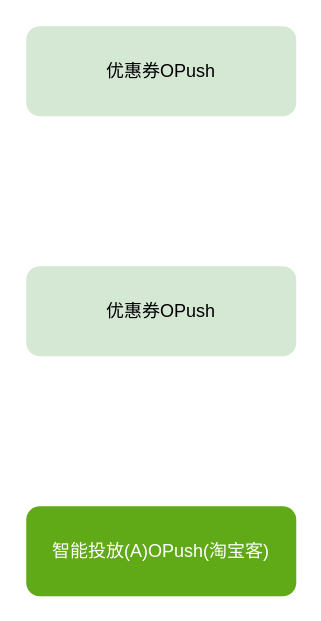
Earlier version of the draw.io diagram page "智能投放Push" (22 of 22) of universal-engine/CPS.drawio (karlchan-cn/drawio-repository). Source tidied: cells renumbered, new cells numbered last; positions are measured from the earlier drawing's top-left corner, leaving out a move shared by most shapes. Both pictures are drawn from the tidied source at 150%, with x=0, y=0 at pixel (26, 26).
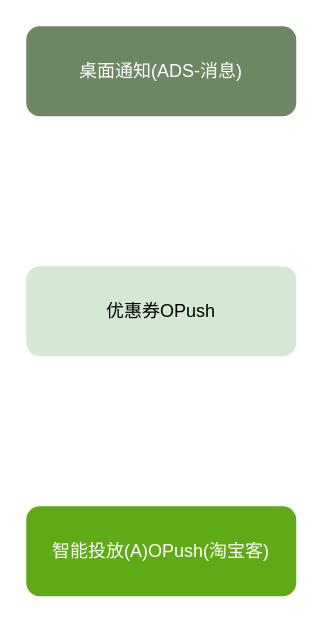
After the change.

The edit, as a diff of the source:
```diff
@@
 <mxGraphModel>
   <root>
     <mxCell id="0" />
     <mxCell id="1" parent="0" />
     <mxCell id="2" value="优惠券OPush" style="rounded=1;whiteSpace=wrap;html=1;fillColor=#d5e8d4;strokeColor=none;" parent="1" vertex="1">
       <mxGeometry y="160" width="180" height="60" as="geometry" />
     </mxCell>
     <mxCell id="3" value="智能投放(A)OPush(淘宝客)" style="rounded=1;whiteSpace=wrap;html=1;fillColor=#60a917;fontColor=#ffffff;strokeColor=none;" parent="1" vertex="1">
       <mxGeometry y="320" width="180" height="60" as="geometry" />
     </mxCell>
-    <mxCell id="4" value="优惠券OPush" style="rounded=1;whiteSpace=wrap;html=1;fillColor=#d5e8d4;strokeColor=none;" parent="1" vertex="1">
+    <mxCell id="4" value="桌面通知(ADS-消息)" style="rounded=1;whiteSpace=wrap;html=1;fillColor=#6d8764;strokeColor=none;fontColor=#ffffff;" parent="1" vertex="1">
       <mxGeometry width="180" height="60" as="geometry" />
     </mxCell>
   </root>
 </mxGraphModel>
```
